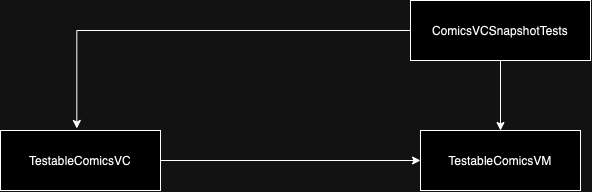
This is MarvelSampleTests/Tests/Comic/ComicsVCSnapshotTests.drawio.png from hiren9697/MavelSample, a draw.io export, as it was before one commit. Source tidied: cells renumbered, new cells last; positions are measured from the earlier drawing's top-left corner, leaving out a move shared by most shapes. Its diagram source:
```xml
<mxGraphModel>
  <root>
    <mxCell id="0" />
    <mxCell id="1" parent="0" />
    <mxCell id="2" style="edgeStyle=orthogonalEdgeStyle;rounded=0;jettySize=auto;html=1;entryX=0.5;entryY=0;entryDx=0;entryDy=0;" parent="1" edge="1" source="3" target="4">
      <mxGeometry relative="1" as="geometry" />
    </mxCell>
    <mxCell id="3" value="ComicsVCSnapshotTests" style="rounded=0;whiteSpace=wrap;html=1;" parent="1" vertex="1">
      <mxGeometry x="410" width="180" height="60" as="geometry" />
    </mxCell>
    <mxCell id="4" value="TestableComicsVM" style="rounded=0;whiteSpace=wrap;html=1;" parent="1" vertex="1">
      <mxGeometry x="420" y="130" width="160" height="60" as="geometry" />
    </mxCell>
    <mxCell id="5" style="edgeStyle=orthogonalEdgeStyle;rounded=0;jettySize=auto;html=1;entryX=0;entryY=0.5;entryDx=0;entryDy=0;" parent="1" edge="1" source="6" target="4">
      <mxGeometry relative="1" as="geometry" />
    </mxCell>
    <mxCell id="6" value="TestableComicsVC" style="rounded=0;whiteSpace=wrap;html=1;" parent="1" vertex="1">
      <mxGeometry y="130" width="160" height="60" as="geometry" />
    </mxCell>
    <mxCell id="7" style="edgeStyle=orthogonalEdgeStyle;rounded=0;jettySize=auto;html=1;entryX=0.477;entryY=-0.033;entryDx=0;entryDy=0;entryPerimeter=0;" parent="1" edge="1" source="3" target="6">
      <mxGeometry relative="1" as="geometry" />
    </mxCell>
  </root>
</mxGraphModel>
```
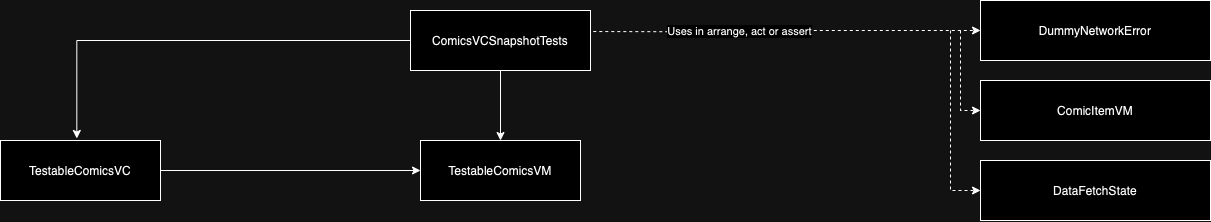
After the change.

Change to the diagram source:
```diff
@@ -2,6 +2,39 @@
   <root>
     <mxCell id="0" />
     <mxCell id="1" parent="0" />
+    <mxCell id="8" style="edgeStyle=orthogonalEdgeStyle;rounded=0;jettySize=auto;html=1;entryX=0;entryY=0.5;entryDx=0;entryDy=0;dashed=1;exitX=1.02;exitY=0.184;exitDx=0;exitDy=0;exitPerimeter=0;" parent="1" edge="1" target="10">
+      <mxGeometry relative="1" as="geometry">
+        <mxPoint x="592.8" y="21" as="sourcePoint" />
+      </mxGeometry>
+    </mxCell>
+    <mxCell id="9" value="Uses in arrange, act or assert" style="edgeLabel;html=1;align=center;verticalAlign=middle;" parent="8" vertex="1">
+      <mxGeometry x="-0.25" y="1" relative="1" as="geometry" />
+    </mxCell>
+    <mxCell id="10" value="DummyNetworkError" style="rounded=0;whiteSpace=wrap;html=1;" parent="1" vertex="1">
+      <mxGeometry x="980" y="-10" width="230" height="60" as="geometry" />
+    </mxCell>
+    <mxCell id="11" value="ComicItemVM" style="rounded=0;whiteSpace=wrap;html=1;" parent="1" vertex="1">
+      <mxGeometry x="980" y="70" width="230" height="60" as="geometry" />
+    </mxCell>
+    <mxCell id="12" value="DataFetchState" style="rounded=0;whiteSpace=wrap;html=1;" parent="1" vertex="1">
+      <mxGeometry x="980" y="150" width="230" height="60" as="geometry" />
+    </mxCell>
+    <mxCell id="13" style="endArrow=classic;html=1;rounded=0;entryX=0;entryY=0.5;entryDx=0;entryDy=0;dashed=1;" parent="1" edge="1" target="11">
+      <mxGeometry relative="1" as="geometry">
+        <mxPoint x="960" y="20" as="sourcePoint" />
+        <Array as="points">
+          <mxPoint x="960" y="100" />
+        </Array>
+      </mxGeometry>
+    </mxCell>
+    <mxCell id="14" style="endArrow=classic;html=1;rounded=0;entryX=0;entryY=0.5;entryDx=0;entryDy=0;dashed=1;" parent="1" edge="1" target="12">
+      <mxGeometry relative="1" as="geometry">
+        <mxPoint x="950" y="20" as="sourcePoint" />
+        <Array as="points">
+          <mxPoint x="950" y="180" />
+        </Array>
+      </mxGeometry>
+    </mxCell>
     <mxCell id="2" style="edgeStyle=orthogonalEdgeStyle;rounded=0;jettySize=auto;html=1;entryX=0.5;entryY=0;entryDx=0;entryDy=0;" parent="1" edge="1" source="3" target="4">
       <mxGeometry relative="1" as="geometry" />
     </mxCell>
```
